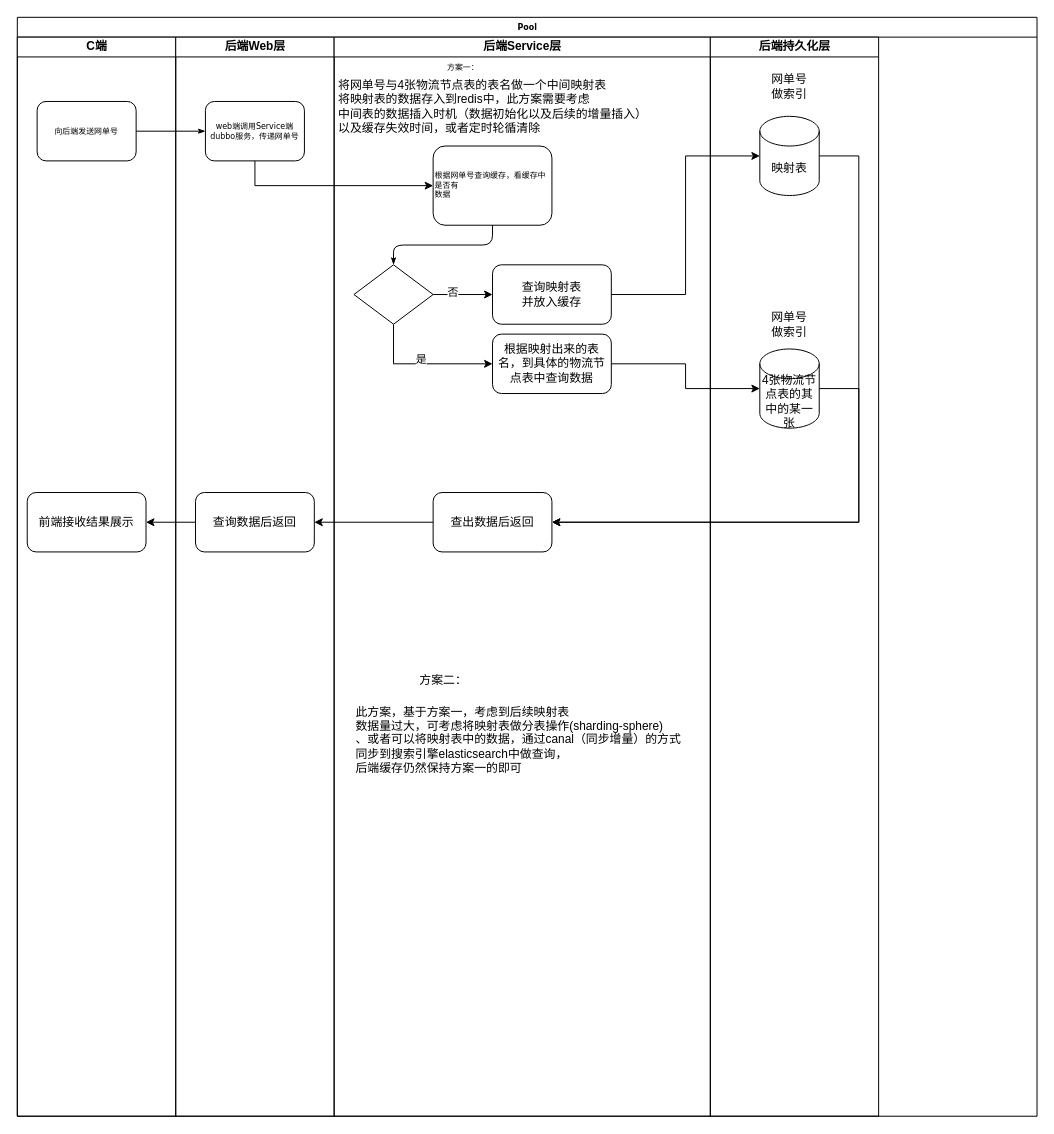
Before: shop/Untitled Diagram.drawio in pin062788/workflow-picture, a draw.io diagram. Source tidied: cells renumbered, new cells numbered last; positions are measured from the earlier drawing's top-left corner, leaving out a move shared by most shapes. Both pictures are drawn from the tidied source at 99%, with x=0, y=0 at pixel (17, 17).
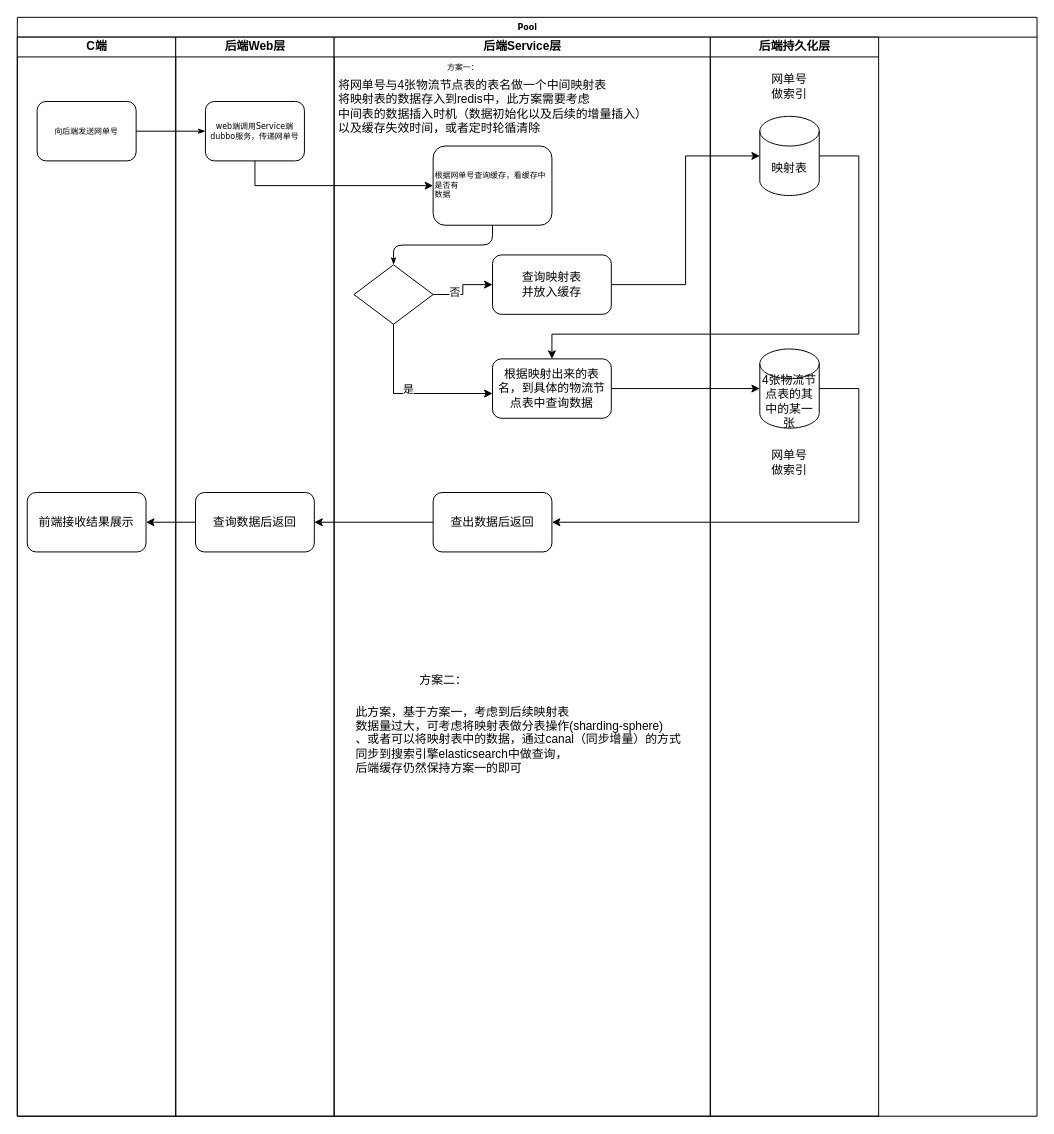
Above is the later version.

Unchanged cells that the change refers to:
```xml
<mxCell id="2" value="Pool" style="swimlane;html=1;startSize=20;rounded=0;shadow=0;labelBackgroundColor=none;strokeWidth=1;fontFamily=Verdana;fontSize=8;align=center;" parent="1" vertex="1">
  <mxGeometry width="1030" height="1110" as="geometry" />
</mxCell>
<mxCell id="10" value="后端Service层" style="swimlane;html=1;startSize=20;" parent="2" vertex="1">
  <mxGeometry x="320" y="20" width="380" height="1090" as="geometry" />
</mxCell>
<mxCell id="12" style="rhombus;whiteSpace=wrap;html=1;rounded=0;shadow=0;labelBackgroundColor=none;strokeWidth=1;fontFamily=Verdana;fontSize=8;align=center;" parent="10" vertex="1">
  <mxGeometry x="20" y="230" width="80" height="60" as="geometry" />
</mxCell>
<mxCell id="22" value="查出数据后返回" style="rounded=1;whiteSpace=wrap;html=1;" parent="10" vertex="1">
  <mxGeometry x="100" y="460" width="120" height="60" as="geometry" />
</mxCell>
<mxCell id="24" value="后端持久化层" style="swimlane;html=1;startSize=20;" parent="2" vertex="1">
  <mxGeometry x="700" y="20" width="170" height="1090" as="geometry" />
</mxCell>
<mxCell id="25" value="映射表" style="shape=cylinder3;whiteSpace=wrap;html=1;boundedLbl=1;backgroundOutline=1;size=15;" parent="24" vertex="1">
  <mxGeometry x="50" y="80" width="60" height="80" as="geometry" />
</mxCell>
```

What changed in the source:
```diff
@@
     <mxCell id="16" value="根据映射出来的表名，&lt;span style=&quot;text-align: left&quot;&gt;到具体的物流节点表中查询数据&lt;/span&gt;" style="rounded=1;whiteSpace=wrap;html=1;" parent="10" vertex="1">
-      <mxGeometry x="160" y="300" width="120" height="60" as="geometry" />
+      <mxGeometry x="160" y="325" width="120" height="60" as="geometry" />
     </mxCell>
     <mxCell id="17" style="edgeStyle=orthogonalEdgeStyle;rounded=0;jettySize=auto;html=1;exitX=0.5;exitY=1;exitDx=0;exitDy=0;" parent="10" edge="1" source="12">
       <mxGeometry relative="1" as="geometry">
-        <mxPoint x="160" y="330" as="targetPoint" />
+        <mxPoint x="160" y="360" as="targetPoint" />
         <Array as="points">
-          <mxPoint x="60" y="330" />
+          <mxPoint x="60" y="360" />
+          <mxPoint x="160" y="360" />
         </Array>
       </mxGeometry>
     </mxCell>
@@
     <mxCell id="19" value="查询映射表&lt;br&gt;并放入缓存" style="rounded=1;whiteSpace=wrap;html=1;" parent="10" vertex="1">
-      <mxGeometry x="160" y="230" width="120" height="60" as="geometry" />
+      <mxGeometry x="160" y="220" width="120" height="60" as="geometry" />
     </mxCell>
@@
+    <mxCell id="35" value="网单号做索引" style="text;html=1;strokeColor=none;fillColor=none;align=center;verticalAlign=middle;whiteSpace=wrap;rounded=0;" parent="24" vertex="1">
+      <mxGeometry x="60" y="420" width="40" height="20" as="geometry" />
+    </mxCell>
@@
-    <mxCell id="31" style="edgeStyle=orthogonalEdgeStyle;rounded=0;jettySize=auto;html=1;exitX=1;exitY=0.5;exitDx=0;exitDy=0;exitPerimeter=0;entryX=1;entryY=0.5;entryDx=0;entryDy=0;" parent="2" edge="1" source="25" target="22">
+    <mxCell id="31" style="edgeStyle=orthogonalEdgeStyle;rounded=0;jettySize=auto;html=1;entryX=0.5;entryY=0;entryDx=0;entryDy=0;" parent="2" edge="1" target="16">
       <mxGeometry relative="1" as="geometry">
+        <mxPoint x="810" y="140" as="sourcePoint" />
         <Array as="points">
           <mxPoint x="850" y="140" />
-          <mxPoint x="850" y="510" />
+          <mxPoint x="850" y="320" />
+          <mxPoint x="540" y="320" />
         </Array>
       </mxGeometry>
     </mxCell>
@@
-    <mxCell id="35" value="网单号做索引" style="text;html=1;strokeColor=none;fillColor=none;align=center;verticalAlign=middle;whiteSpace=wrap;rounded=0;" parent="1" vertex="1">
-      <mxGeometry x="760" y="300" width="40" height="20" as="geometry" />
-    </mxCell>
```
